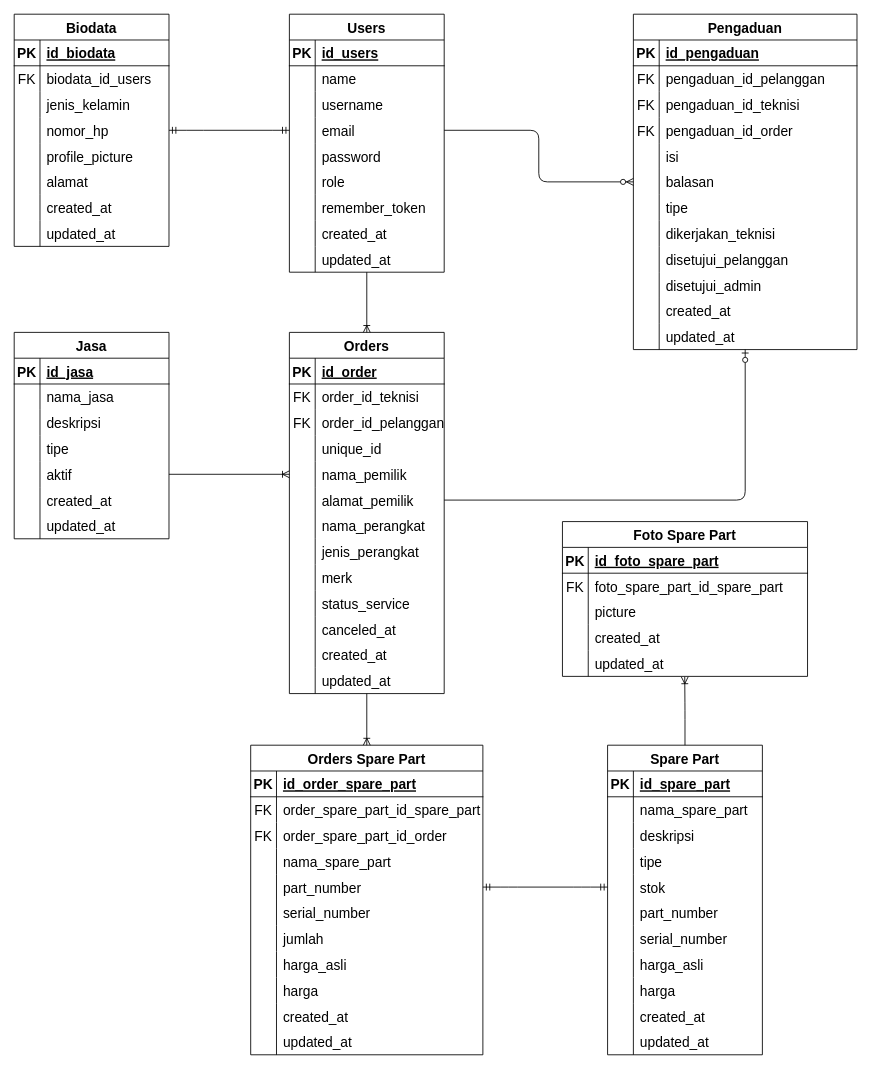
Earlier version of the draw.io diagram Basis Data Konseptual.drawio (Naveigell/ta2). Source tidied: cells renumbered, new cells numbered last; positions are measured from the earlier drawing's top-left corner, leaving out a move shared by most shapes. Both pictures are drawn from the tidied source at 86%, with x=0, y=0 at pixel (14, 14).
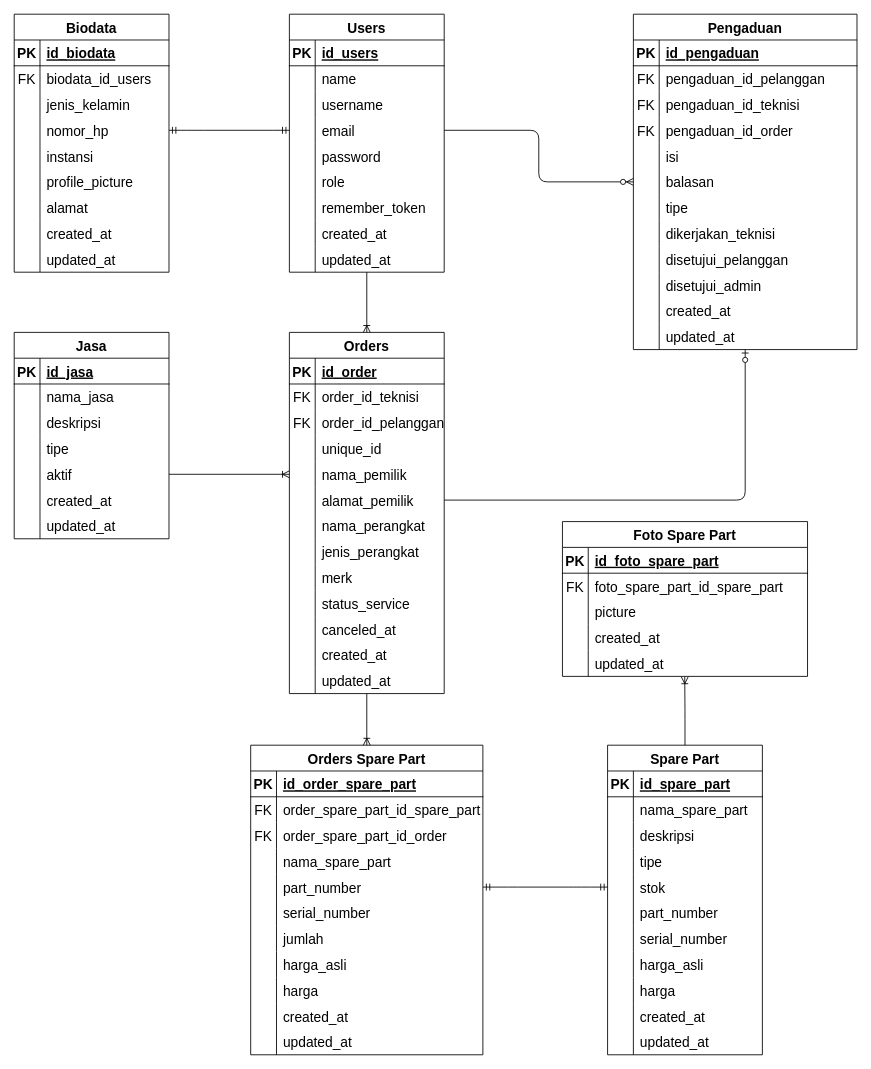
After the change.

What changed in the source:
```diff
@@
     <mxCell id="30" value="Biodata" style="shape=table;startSize=30;childLayout=tableLayout;rowLines=0;fontStyle=1;align=center;sketch=0;strokeColor=#000000;fillColor=#ffffff;gradientColor=none;fontSize=16;" parent="1" vertex="1">
-      <mxGeometry width="180" height="270" as="geometry" />
+      <mxGeometry width="180" height="300" as="geometry" />
     </mxCell>
@@
+    <mxCell id="246" style="shape=partialRectangle;fillColor=none;top=0;left=0;bottom=0;right=0;" parent="30" vertex="1">
+      <mxGeometry y="150" width="180" height="30" as="geometry" />
+    </mxCell>
+    <mxCell id="247" style="shape=partialRectangle;fillColor=none;top=0;left=0;bottom=0;right=0;overflow=hidden;" parent="246" vertex="1">
+      <mxGeometry width="30" height="30" as="geometry" />
+    </mxCell>
+    <mxCell id="248" value="instansi" style="shape=partialRectangle;fillColor=none;top=0;left=0;bottom=0;right=0;align=left;spacingLeft=6;overflow=hidden;fontSize=16;" parent="246" vertex="1">
+      <mxGeometry x="30" width="150" height="30" as="geometry" />
+    </mxCell>
     <mxCell id="43" style="shape=partialRectangle;fillColor=none;top=0;left=0;bottom=0;right=0;fontSize=16;" parent="30" vertex="1">
-      <mxGeometry y="150" width="180" height="30" as="geometry" />
+      <mxGeometry y="180" width="180" height="30" as="geometry" />
     </mxCell>
@@
     <mxCell id="46" style="shape=partialRectangle;fillColor=none;top=0;left=0;bottom=0;right=0;fontSize=16;" parent="30" vertex="1">
-      <mxGeometry y="180" width="180" height="30" as="geometry" />
+      <mxGeometry y="210" width="180" height="30" as="geometry" />
     </mxCell>
@@
     <mxCell id="49" style="shape=partialRectangle;fillColor=none;top=0;left=0;bottom=0;right=0;fontSize=16;" parent="30" vertex="1">
-      <mxGeometry y="210" width="180" height="30" as="geometry" />
+      <mxGeometry y="240" width="180" height="30" as="geometry" />
     </mxCell>
@@
     <mxCell id="52" style="shape=partialRectangle;fillColor=none;top=0;left=0;bottom=0;right=0;fontSize=16;" parent="30" vertex="1">
-      <mxGeometry y="240" width="180" height="30" as="geometry" />
+      <mxGeometry y="270" width="180" height="30" as="geometry" />
     </mxCell>
```
